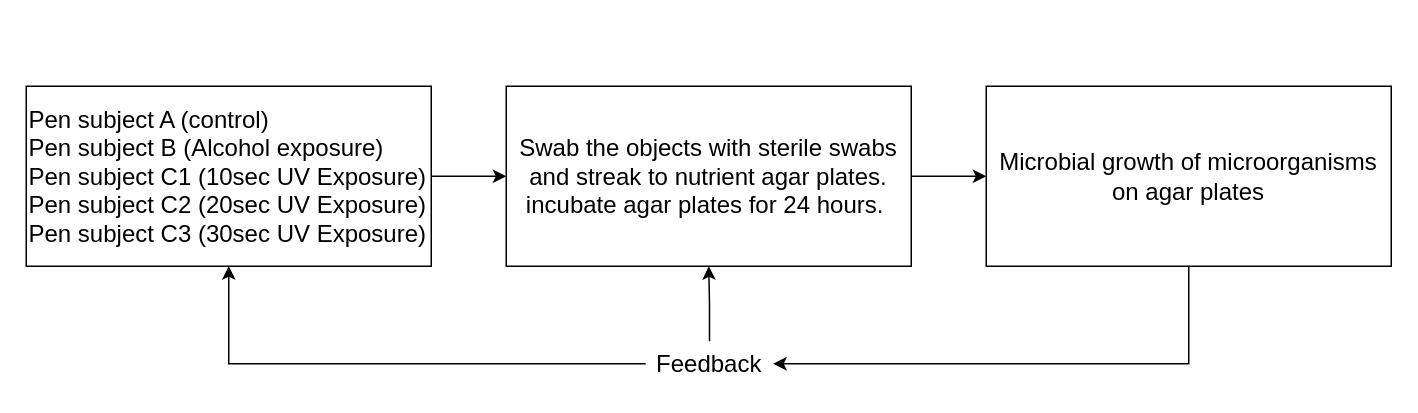
Earlier version of the draw.io diagram March 3, 2022/Flowcharts/conceptual framework_2.drawio (MMSaralde/Computer-Engineering-Practice-and-Design-2). Source tidied: cells renumbered, new cells numbered last; positions are measured from the earlier drawing's top-left corner, leaving out a move shared by most shapes. Both pictures are drawn from the tidied source at 150%, with x=0, y=0 at pixel (26, 86).
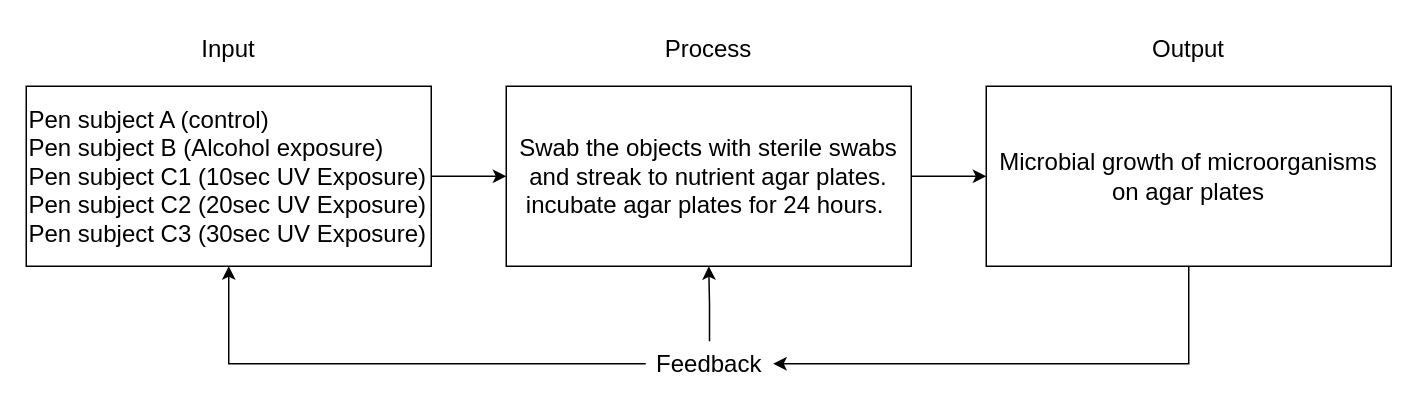
The same diagram, later.

Diff of the diagram source:
```diff
@@
 <mxGraphModel>
   <root>
     <mxCell id="0" />
     <mxCell id="1" parent="0" />
     <mxCell id="2" style="edgeStyle=orthogonalEdgeStyle;rounded=0;jettySize=auto;html=1;exitX=0.5;exitY=1;exitDx=0;exitDy=0;entryX=1;entryY=0.5;entryDx=0;entryDy=0;fontSize=16;" parent="1" edge="1" source="3" target="6">
       <mxGeometry relative="1" as="geometry" />
     </mxCell>
     <mxCell id="3" value="&lt;div style=&quot;font-size: 16px;&quot;&gt;Microbial growth of microorganisms on agar plates&lt;/div&gt;" style="whiteSpace=wrap;html=1;align=center;fontSize=16;" parent="1" vertex="1">
       <mxGeometry x="640" width="270" height="120" as="geometry" />
     </mxCell>
     <mxCell id="4" style="edgeStyle=orthogonalEdgeStyle;rounded=0;jettySize=auto;html=1;fontSize=16;" parent="1" edge="1" source="6" target="8">
       <mxGeometry relative="1" as="geometry" />
     </mxCell>
     <mxCell id="5" style="edgeStyle=orthogonalEdgeStyle;rounded=0;jettySize=auto;html=1;exitX=0;exitY=0.5;exitDx=0;exitDy=0;fontSize=16;" parent="1" edge="1" source="6" target="10">
       <mxGeometry relative="1" as="geometry" />
     </mxCell>
     <mxCell id="6" value="Feedback" style="text;html=1;strokeColor=none;fillColor=none;align=center;verticalAlign=middle;whiteSpace=wrap;rounded=0;fontSize=16;" parent="1" vertex="1">
       <mxGeometry x="413" y="170" width="85" height="30" as="geometry" />
     </mxCell>
     <mxCell id="7" style="edgeStyle=orthogonalEdgeStyle;rounded=0;jettySize=auto;html=1;fontSize=16;" parent="1" edge="1" source="8" target="3">
       <mxGeometry relative="1" as="geometry" />
     </mxCell>
     <mxCell id="8" value="&lt;div style=&quot;font-size: 16px;&quot;&gt;&lt;span style=&quot;font-size: 16px;&quot;&gt;Swab the objects with sterile swabs and streak to nutrient agar plates. incubate agar plates for 24 hours.&amp;nbsp;&lt;/span&gt;&lt;/div&gt;" style="rounded=0;whiteSpace=wrap;html=1;align=center;fontSize=16;" parent="1" vertex="1">
       <mxGeometry x="320" width="270" height="120" as="geometry" />
     </mxCell>
     <mxCell id="9" style="edgeStyle=orthogonalEdgeStyle;rounded=0;jettySize=auto;html=1;fontSize=16;" parent="1" edge="1" source="10" target="8">
       <mxGeometry relative="1" as="geometry" />
     </mxCell>
     <mxCell id="10" value="&lt;div style=&quot;font-size: 16px;&quot;&gt;&lt;span style=&quot;background-color: initial; font-size: 16px;&quot;&gt;&lt;font style=&quot;font-size: 16px;&quot;&gt;Pen subject A (control)&lt;/font&gt;&lt;/span&gt;&lt;/div&gt;&lt;div style=&quot;font-size: 16px;&quot;&gt;&lt;span style=&quot;background-color: initial; font-size: 16px;&quot;&gt;&lt;font style=&quot;font-size: 16px;&quot;&gt;Pen subject B (Alcohol exposure)&lt;/font&gt;&lt;/span&gt;&lt;/div&gt;&lt;div style=&quot;font-size: 16px;&quot;&gt;&lt;span style=&quot;background-color: initial; font-size: 16px;&quot;&gt;&lt;font style=&quot;font-size: 16px;&quot;&gt;Pen subject C1 (10sec UV Exposure)&lt;/font&gt;&lt;/span&gt;&lt;/div&gt;&lt;div style=&quot;font-size: 16px;&quot;&gt;&lt;span style=&quot;background-color: initial; font-size: 16px;&quot;&gt;&lt;font style=&quot;font-size: 16px;&quot;&gt;Pen subject C2 (20sec UV Exposure)&lt;/font&gt;&lt;/span&gt;&lt;/div&gt;&lt;div style=&quot;font-size: 16px;&quot;&gt;&lt;span style=&quot;background-color: initial; font-size: 16px;&quot;&gt;&lt;font style=&quot;font-size: 16px;&quot;&gt;Pen subject C3 (30sec UV Exposure)&lt;/font&gt;&lt;/span&gt;&lt;/div&gt;" style="whiteSpace=wrap;html=1;align=left;fontSize=16;" parent="1" vertex="1">
       <mxGeometry width="270" height="120" as="geometry" />
     </mxCell>
+    <mxCell id="11" value="Input" style="text;html=1;strokeColor=none;fillColor=none;align=center;verticalAlign=middle;whiteSpace=wrap;rounded=0;fontSize=16;" parent="1" vertex="1">
+      <mxGeometry x="105" y="-40" width="60" height="30" as="geometry" />
+    </mxCell>
+    <mxCell id="12" value="Process" style="text;html=1;strokeColor=none;fillColor=none;align=center;verticalAlign=middle;whiteSpace=wrap;rounded=0;fontSize=16;" parent="1" vertex="1">
+      <mxGeometry x="425" y="-40" width="60" height="30" as="geometry" />
+    </mxCell>
+    <mxCell id="13" value="Output" style="text;html=1;strokeColor=none;fillColor=none;align=center;verticalAlign=middle;whiteSpace=wrap;rounded=0;fontSize=16;" parent="1" vertex="1">
+      <mxGeometry x="745" y="-40" width="60" height="30" as="geometry" />
+    </mxCell>
   </root>
 </mxGraphModel>
```
